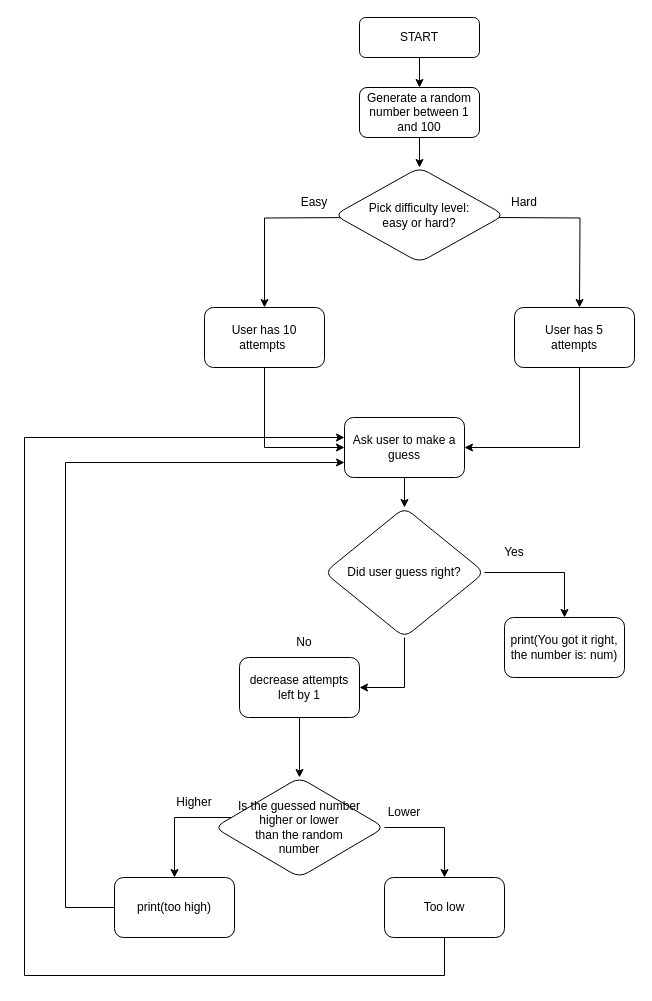
Before: day_12/project/guess_number.drawio in sandocodes/100_Days_of_code_python, a draw.io diagram. Source tidied: cells renumbered, new cells numbered last; positions are measured from the earlier drawing's top-left corner, leaving out a move shared by most shapes. Both pictures are drawn from the tidied source at 100%, with x=0, y=0 at pixel (24, 17).
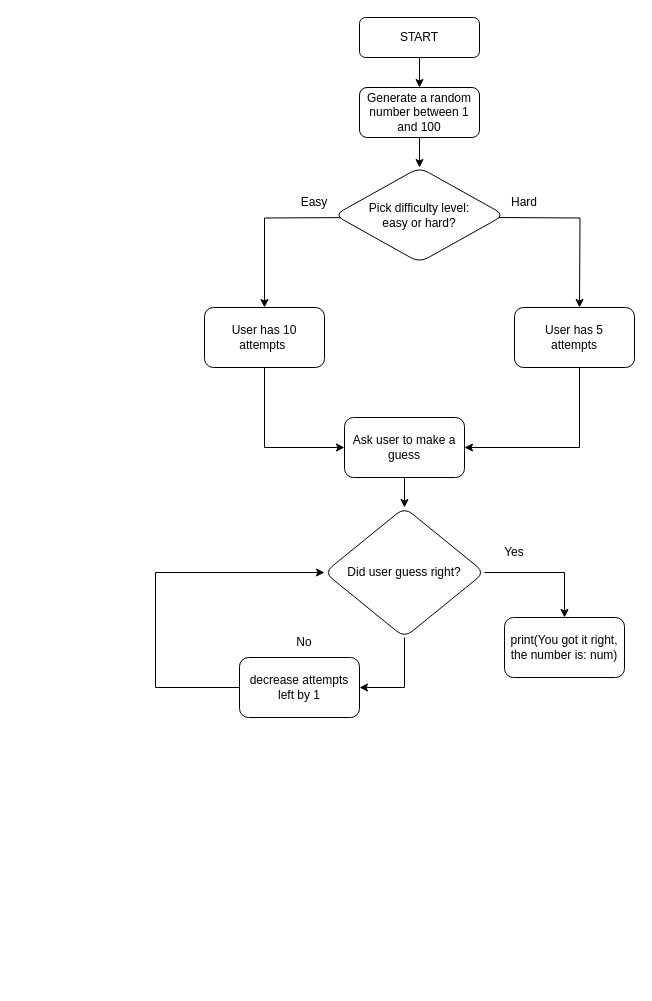
Above is the later version.

Unchanged cells that the change refers to:
```xml
<mxCell id="15" value="Ask user to make a guess" style="whiteSpace=wrap;html=1;rounded=1;" parent="1" vertex="1">
  <mxGeometry x="320" y="400" width="120" height="60" as="geometry" />
</mxCell>
<mxCell id="18" value="Did user guess right?" style="rhombus;whiteSpace=wrap;html=1;rounded=1;" parent="1" vertex="1">
  <mxGeometry x="300" y="490" width="160" height="130" as="geometry" />
</mxCell>
<mxCell id="21" value="decrease attempts left by 1" style="whiteSpace=wrap;html=1;rounded=1;" parent="1" vertex="1">
  <mxGeometry x="215" y="640" width="120" height="60" as="geometry" />
</mxCell>
```

The edit, as a diff of the source:
```diff
@@
-    <mxCell id="20" style="edgeStyle=orthogonalEdgeStyle;rounded=0;jettySize=auto;html=1;" parent="1" edge="1" source="21" target="27">
-      <mxGeometry relative="1" as="geometry" />
-    </mxCell>
+    <mxCell id="34" style="edgeStyle=orthogonalEdgeStyle;rounded=0;jettySize=auto;html=1;entryX=0;entryY=0.5;entryDx=0;entryDy=0;" parent="1" edge="1" source="21" target="18">
+      <mxGeometry relative="1" as="geometry">
+        <Array as="points">
+          <mxPoint x="131" y="670" />
+          <mxPoint x="131" y="555" />
+        </Array>
+      </mxGeometry>
+    </mxCell>
@@
-    <mxCell id="25" style="edgeStyle=orthogonalEdgeStyle;rounded=0;jettySize=auto;html=1;" parent="1" edge="1" source="27" target="29">
-      <mxGeometry relative="1" as="geometry">
-        <Array as="points">
-          <mxPoint x="150" y="800" />
-        </Array>
-      </mxGeometry>
-    </mxCell>
-    <mxCell id="26" style="edgeStyle=orthogonalEdgeStyle;rounded=0;jettySize=auto;html=1;exitX=1;exitY=0.5;exitDx=0;exitDy=0;entryX=0.5;entryY=0;entryDx=0;entryDy=0;" parent="1" edge="1" source="27" target="32">
-      <mxGeometry relative="1" as="geometry" />
-    </mxCell>
-    <mxCell id="27" value="Is the guessed number&lt;br&gt;higher or lower&lt;br&gt;than the random&lt;br&gt;number" style="rhombus;whiteSpace=wrap;html=1;rounded=1;" parent="1" vertex="1">
-      <mxGeometry x="190" y="760" width="170" height="100" as="geometry" />
-    </mxCell>
-    <mxCell id="28" style="edgeStyle=orthogonalEdgeStyle;rounded=0;jettySize=auto;html=1;entryX=0;entryY=0.75;entryDx=0;entryDy=0;" parent="1" edge="1" source="29" target="15">
-      <mxGeometry relative="1" as="geometry">
-        <Array as="points">
-          <mxPoint x="41" y="890" />
-          <mxPoint x="41" y="445" />
-        </Array>
-      </mxGeometry>
-    </mxCell>
-    <mxCell id="29" value="print(too high)" style="whiteSpace=wrap;html=1;rounded=1;" parent="1" vertex="1">
-      <mxGeometry x="90" y="860" width="120" height="60" as="geometry" />
-    </mxCell>
-    <mxCell id="30" value="Higher" style="text;html=1;strokeColor=none;fillColor=none;align=center;verticalAlign=middle;whiteSpace=wrap;rounded=0;" parent="1" vertex="1">
-      <mxGeometry x="140" y="770" width="60" height="30" as="geometry" />
-    </mxCell>
-    <mxCell id="31" style="edgeStyle=orthogonalEdgeStyle;rounded=0;jettySize=auto;html=1;exitX=0.5;exitY=1;exitDx=0;exitDy=0;" parent="1" edge="1" source="32">
-      <mxGeometry relative="1" as="geometry">
-        <mxPoint x="320" y="420" as="targetPoint" />
-        <Array as="points">
-          <mxPoint x="420" y="958" />
-          <mxPoint y="958" />
-          <mxPoint y="420" />
-        </Array>
-      </mxGeometry>
-    </mxCell>
-    <mxCell id="32" value="Too low" style="whiteSpace=wrap;html=1;rounded=1;" parent="1" vertex="1">
-      <mxGeometry x="360" y="860" width="120" height="60" as="geometry" />
-    </mxCell>
-    <mxCell id="33" value="Lower" style="text;html=1;strokeColor=none;fillColor=none;align=center;verticalAlign=middle;whiteSpace=wrap;rounded=0;" parent="1" vertex="1">
-      <mxGeometry x="350" y="780" width="60" height="30" as="geometry" />
-    </mxCell>
```
